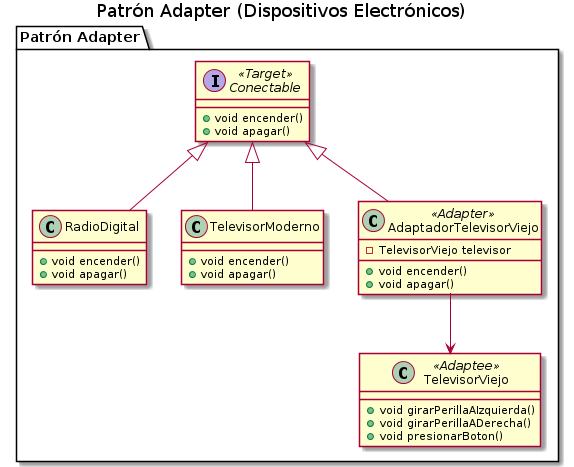
The PlantUML diagram practica/patrones-de-diseño/java8/diagramas-de-clases/dispositivos-electronicos-adapter.png in manu-utn/bitacora-diseno-de-sistemas, before a commit. The source it was exported from:
```plantuml
@startuml
Title Patrón Adapter (Dispositivos Electrónicos)


package "Patrón Adapter"{

    interface Conectable <<Target>>{
        +void encender()
        +void apagar()
    }

    class RadioDigital{
        +void encender()
        +void apagar()
    }

    class TelevisorModerno{
        +void encender()
        +void apagar()
    }

    class TelevisorViejo <<Adaptee>>{
        +void girarPerillaAIzquierda()
        +void girarPerillaADerecha()
        +void presionarBoton()
    }

    class AdaptadorTelevisorViejo <<Adapter>>{
        -TelevisorViejo televisor
        +void encender()
        +void apagar()
    }

}


TelevisorModerno        -up-|> Conectable
RadioDigital            -up-|> Conectable
AdaptadorTelevisorViejo -up-|> Conectable

AdaptadorTelevisorViejo -down-> TelevisorViejo



@enduml
```
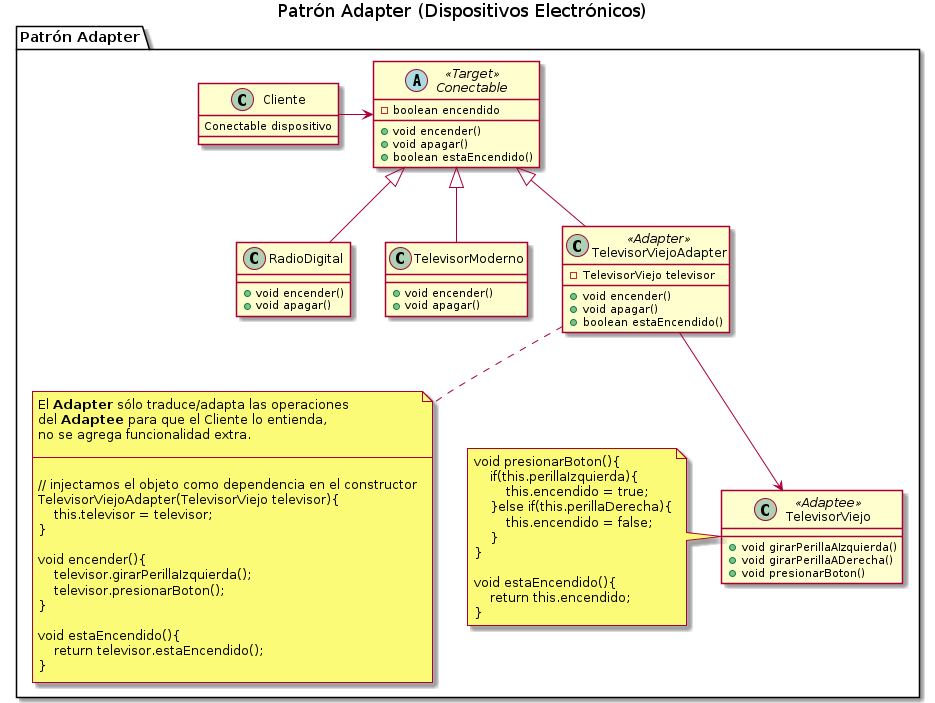
After the change.

The edit, as a diff of the source:
```diff
@@ -3,10 +3,15 @@
 
 
 package "Patrón Adapter"{
+    class Cliente{
+    Conectable dispositivo
+    }
 
-    interface Conectable <<Target>>{
+    abstract class Conectable <<Target>>{
+        -boolean encendido
         +void encender()
         +void apagar()
+        +boolean estaEncendido()
     }
 
     class RadioDigital{
@@ -25,21 +30,58 @@
         +void presionarBoton()
     }
 
-    class AdaptadorTelevisorViejo <<Adapter>>{
+    class TelevisorViejoAdapter <<Adapter>>{
         -TelevisorViejo televisor
         +void encender()
         +void apagar()
+        +boolean estaEncendido()
     }
+
+note left of TelevisorViejo
+void presionarBoton(){
+    if(this.perillaIzquierda){
+        this.encendido = true;
+    }else if(this.perillaDerecha){
+        this.encendido = false;
+    }
+}
+
+void estaEncendido(){
+    return this.encendido;
+}
+end note
+
+note bottom of TelevisorViejoAdapter
+El **Adapter** sólo traduce/adapta las operaciones
+del **Adaptee** para que el Cliente lo entienda,
+no se agrega funcionalidad extra.
+
+--
+
+// injectamos el objeto como dependencia en el constructor
+TelevisorViejoAdapter(TelevisorViejo televisor){
+    this.televisor = televisor;
+}
+
+void encender(){
+    televisor.girarPerillaIzquierda();
+    televisor.presionarBoton();
+}
+
+void estaEncendido(){
+    return televisor.estaEncendido();
+}
+end note
 
 }
 
 
+Cliente                 -right-> Conectable
 TelevisorModerno        -up-|> Conectable
 RadioDigital            -up-|> Conectable
-AdaptadorTelevisorViejo -up-|> Conectable
+TelevisorViejoAdapter -up-|> Conectable
 
-AdaptadorTelevisorViejo -down-> TelevisorViejo
-
+TelevisorViejoAdapter -down-> TelevisorViejo
 
 
 @enduml
```
